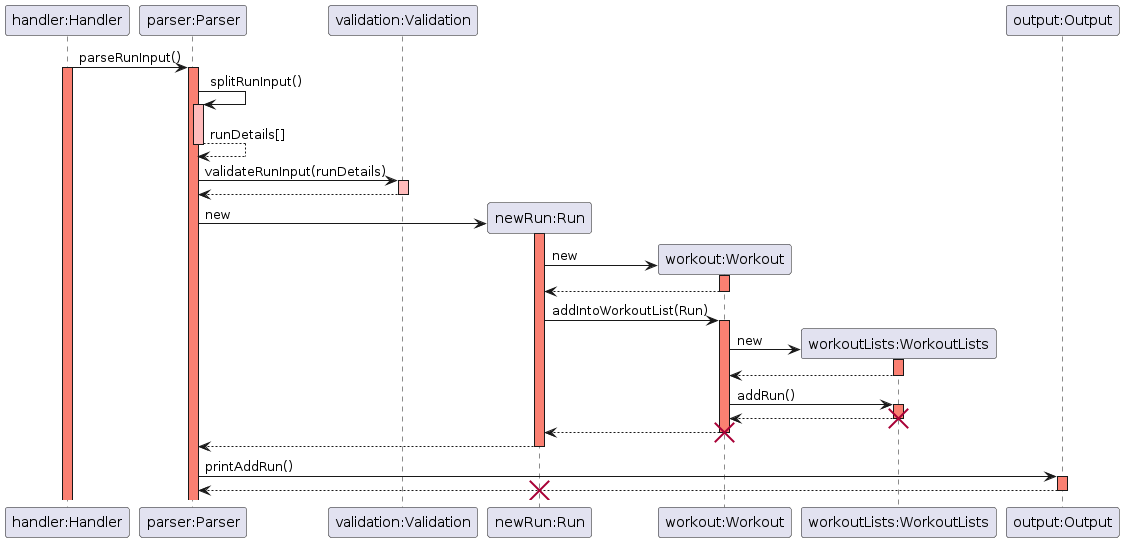
rouvinerh/tp keeps this PlantUML diagram as docs/img/sequence_diagrams/run_sequence_diagram.png. Above is the earlier version.
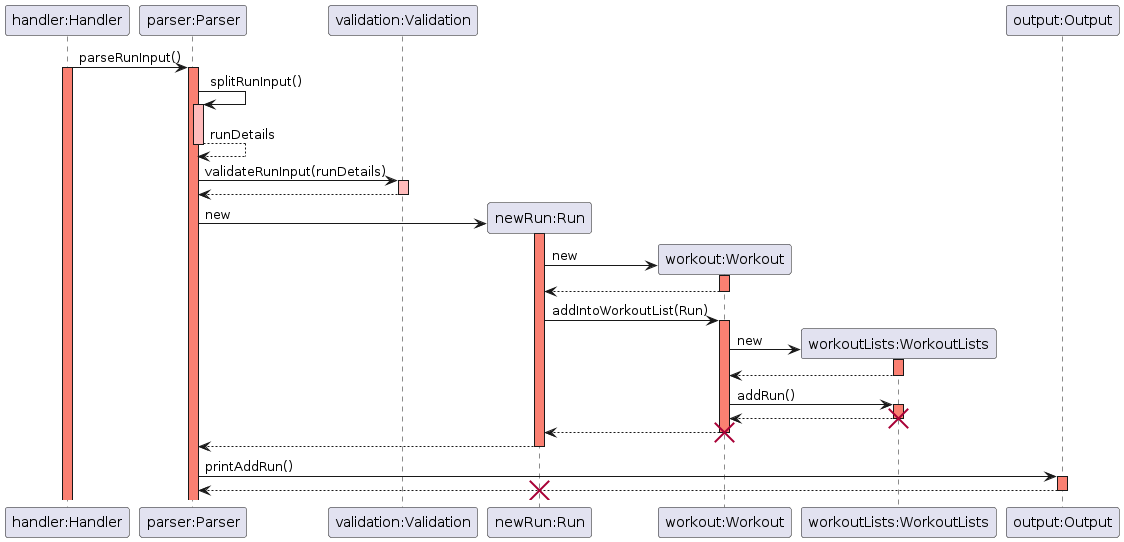
Later version of the same file.

The edit, as a diff of the source:
```diff
@@ -12,7 +12,7 @@
 activate Parser #salmon
 Parser -> Parser: splitRunInput()
 activate Parser #FFBBBB
-Parser --> Parser: runDetails[]
+Parser --> Parser: runDetails
 deactivate Parser #FFBBBB
 Parser -> Validation: validateRunInput(runDetails)
 activate Validation #FFBBBB
```
